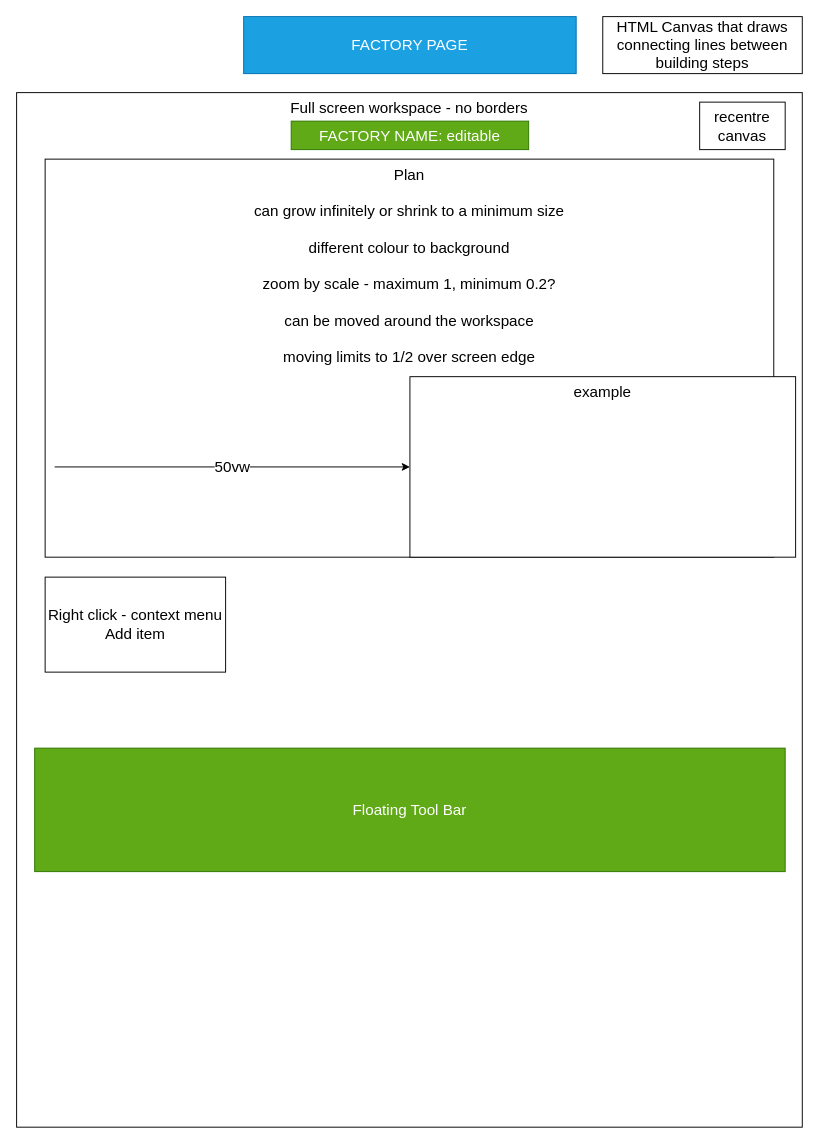
Earlier version of the draw.io diagram page "Factory Page" (2 of 14) of diagrams/wireframes.drawio (bradbrad88/satisfactory). Source tidied: cells renumbered, new cells numbered last; positions are measured from the earlier drawing's top-left corner, leaving out a move shared by most shapes. Both pictures are drawn from the tidied source at 95%, with x=0, y=0 at pixel (16, 16).
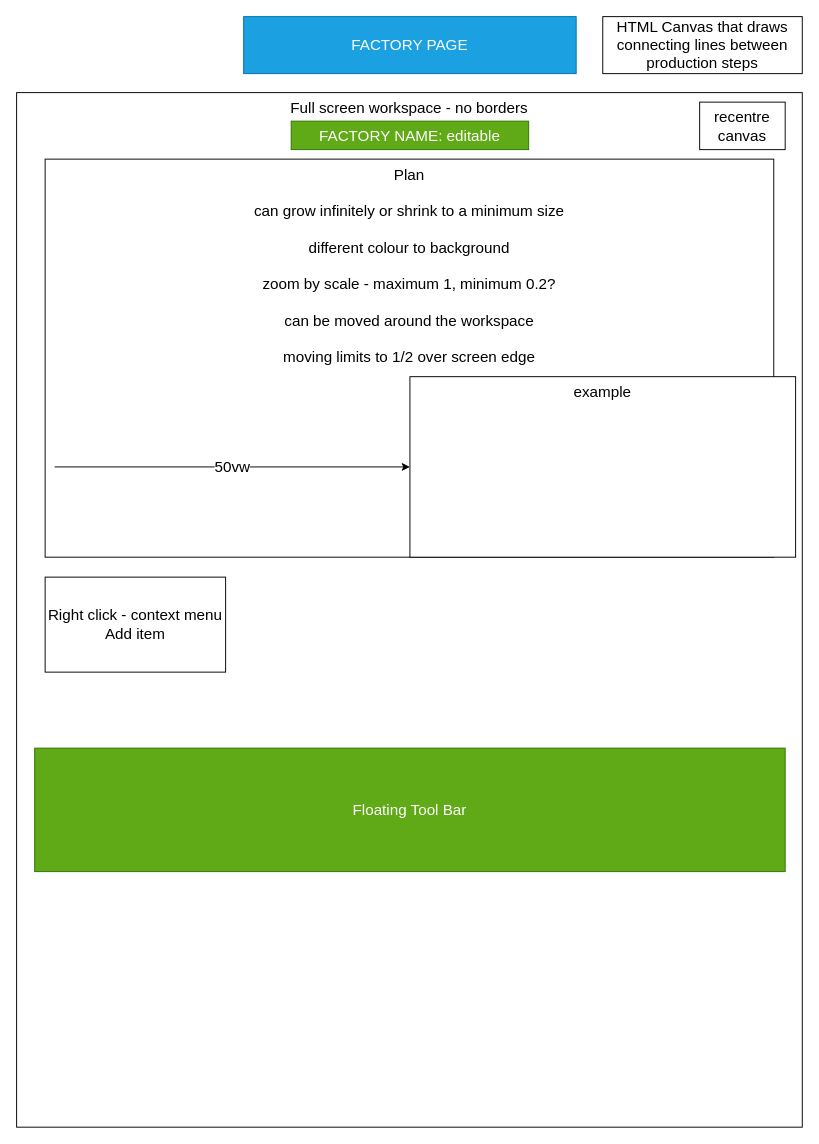
After the change.

What changed in the source:
```diff
@@
 <mxGraphModel>
   <root>
     <mxCell id="0" />
     <mxCell id="1" parent="0" />
     <mxCell id="2" value="FACTORY PAGE" style="whiteSpace=wrap;html=1;fillColor=#1ba1e2;fontColor=#ffffff;strokeColor=#006EAF;fontSize=16;" parent="1" vertex="1">
       <mxGeometry x="239" width="350" height="60" as="geometry" />
     </mxCell>
     <mxCell id="3" value="Full screen workspace - no borders" style="whiteSpace=wrap;html=1;fontSize=16;verticalAlign=top;" parent="1" vertex="1">
       <mxGeometry y="80" width="827" height="1089" as="geometry" />
     </mxCell>
     <mxCell id="4" value="Floating Tool Bar" style="whiteSpace=wrap;html=1;fontSize=16;fillColor=#60a917;fontColor=#ffffff;strokeColor=#2D7600;" parent="1" vertex="1">
       <mxGeometry x="19" y="770" width="790" height="130" as="geometry" />
     </mxCell>
     <mxCell id="5" value="Plan&lt;br&gt;&lt;br&gt;can grow infinitely or shrink to a minimum size&lt;br&gt;&lt;br&gt;different colour to background&lt;br&gt;&lt;br&gt;zoom by scale - maximum 1, minimum 0.2?&lt;br&gt;&lt;br&gt;can be moved around the workspace&lt;br&gt;&lt;br&gt;moving limits to 1/2 over screen edge" style="whiteSpace=wrap;html=1;fontSize=16;verticalAlign=top;" parent="1" vertex="1">
       <mxGeometry x="30" y="150" width="767" height="419" as="geometry" />
     </mxCell>
     <mxCell id="6" value="recentre canvas" style="whiteSpace=wrap;html=1;fontSize=16;" parent="1" vertex="1">
       <mxGeometry x="719" y="90" width="90" height="50" as="geometry" />
     </mxCell>
-    <mxCell id="7" value="HTML Canvas that draws connecting lines between building steps" style="whiteSpace=wrap;html=1;fontSize=16;" parent="1" vertex="1">
+    <mxCell id="7" value="HTML Canvas that draws connecting lines between production steps" style="whiteSpace=wrap;html=1;fontSize=16;" parent="1" vertex="1">
       <mxGeometry x="617" width="210" height="60" as="geometry" />
     </mxCell>
     <mxCell id="8" value="example" style="whiteSpace=wrap;html=1;fontSize=16;verticalAlign=top;" parent="1" vertex="1">
       <mxGeometry x="414" y="379" width="406" height="190" as="geometry" />
     </mxCell>
     <mxCell id="9" value="50vw" style="endArrow=classic;html=1;fontSize=16;" parent="1" edge="1" target="8">
       <mxGeometry relative="1" as="geometry">
         <mxPoint x="40" y="474" as="sourcePoint" />
       </mxGeometry>
     </mxCell>
     <mxCell id="10" value="Right click - context menu&lt;br&gt;Add item" style="whiteSpace=wrap;html=1;fontSize=16;" parent="1" vertex="1">
       <mxGeometry x="30" y="590" width="190" height="100" as="geometry" />
     </mxCell>
     <mxCell id="11" value="FACTORY NAME: editable" style="whiteSpace=wrap;html=1;fontSize=16;fillColor=#60a917;fontColor=#ffffff;strokeColor=#2D7600;" parent="1" vertex="1">
       <mxGeometry x="289" y="110" width="250" height="30" as="geometry" />
     </mxCell>
   </root>
 </mxGraphModel>
```
